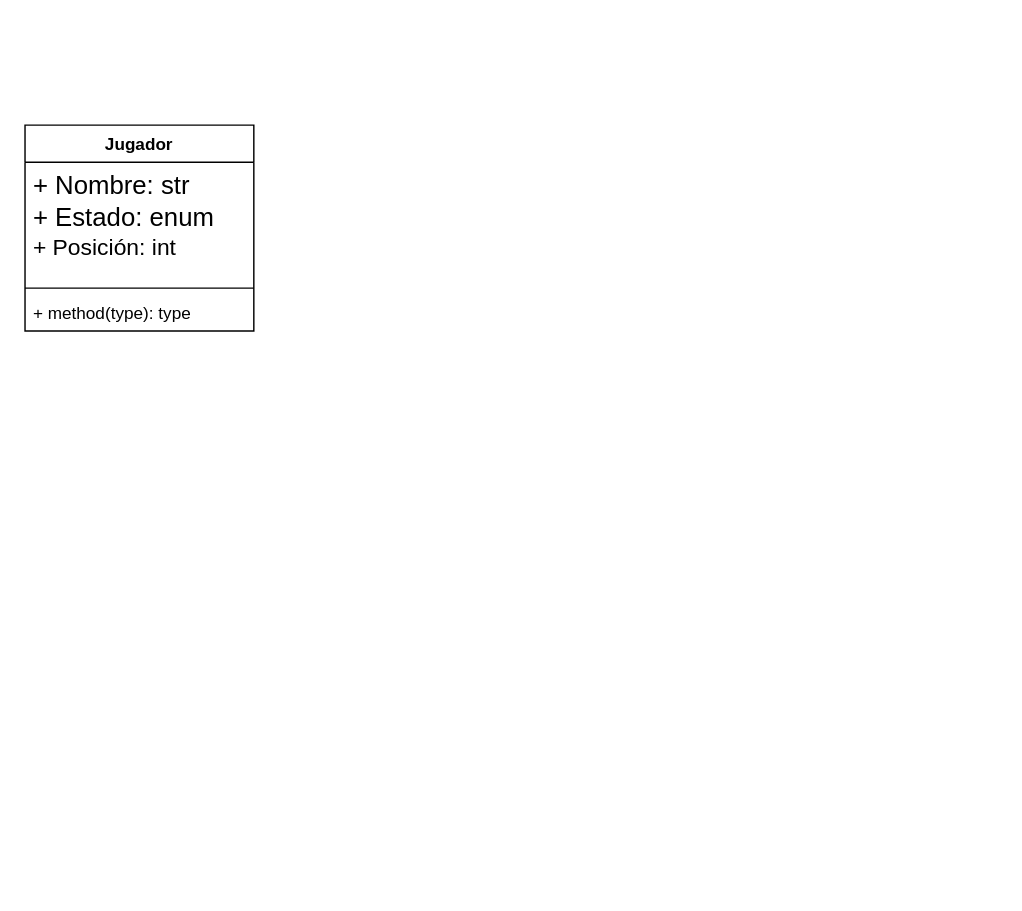
Earlier version of the draw.io diagram take-home/diagrama_clases.drawio (irmrz/ingenieria-software-1). Source tidied: cells renumbered, new cells numbered last; positions are measured from the earlier drawing's top-left corner, leaving out a move shared by most shapes. Both pictures are drawn from the tidied source at 143%, with x=0, y=0 at pixel (24, 124).
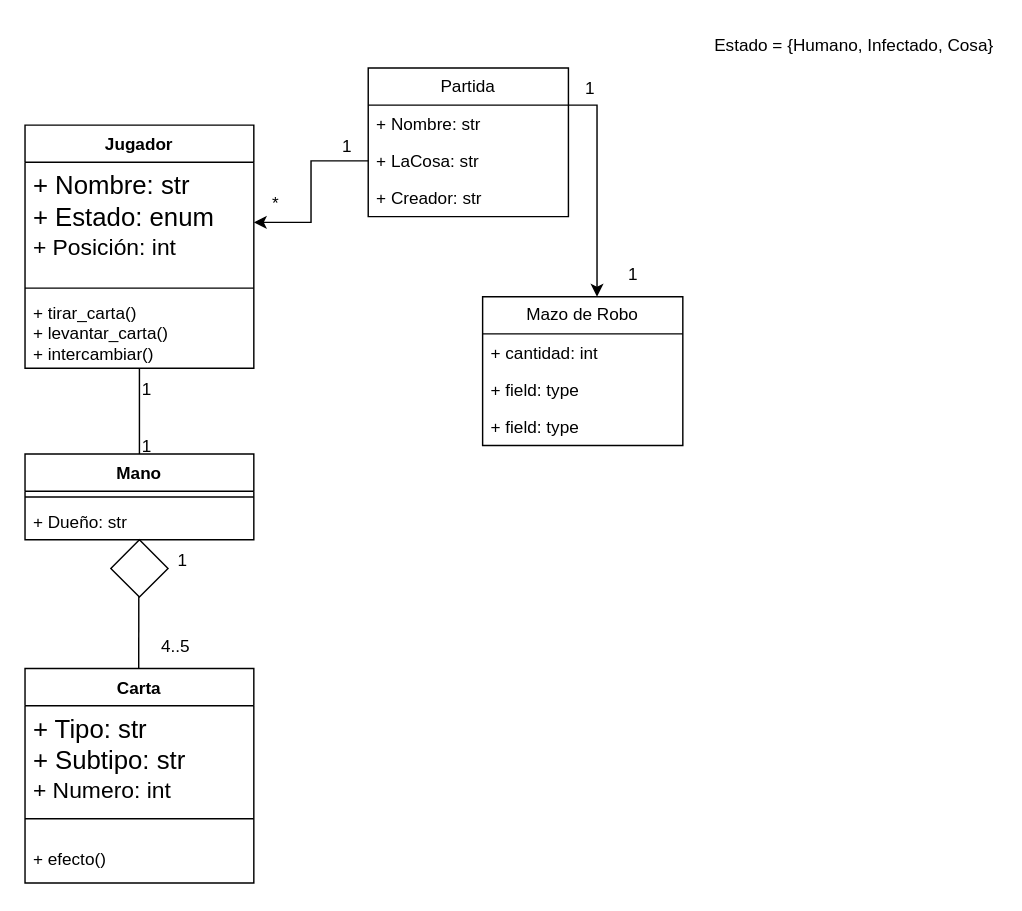
The same diagram, later.

The change refers to these unchanged cells:
```xml
<mxCell id="3" value="&lt;div&gt;&lt;font style=&quot;font-size: 18px;&quot;&gt;+ Nombre: str&lt;br&gt;&lt;/font&gt;&lt;/div&gt;&lt;div&gt;&lt;font style=&quot;font-size: 18px;&quot;&gt;+ Estado: enum&lt;br&gt;&lt;/font&gt;&lt;/div&gt;&lt;div&gt;&lt;font size=&quot;3&quot;&gt;+ Posición: int&lt;br&gt;&lt;/font&gt;&lt;/div&gt;" style="text;strokeColor=none;fillColor=none;align=left;verticalAlign=top;spacingLeft=4;spacingRight=4;overflow=hidden;points=[[0,0.5],[1,0.5]];portConstraint=eastwest;whiteSpace=wrap;html=1;" parent="2" vertex="1">
  <mxGeometry y="26" width="160" height="84" as="geometry" />
</mxCell>
```

Change to the diagram source:
```diff
@@
     <mxCell id="2" value="Jugador" style="swimlane;fontStyle=1;align=center;verticalAlign=top;horizontal=1;startSize=26;whiteSpace=wrap;html=1;" parent="1" vertex="1">
-      <mxGeometry width="160" height="144" as="geometry" />
+      <mxGeometry width="160" height="170" as="geometry" />
     </mxCell>
@@
-    <mxCell id="5" value="+ method(type): type" style="text;strokeColor=none;fillColor=none;align=left;verticalAlign=top;spacingLeft=4;spacingRight=4;overflow=hidden;whiteSpace=wrap;html=1;" parent="2" vertex="1">
-      <mxGeometry y="118" width="160" height="26" as="geometry" />
+    <mxCell id="5" value="&lt;div&gt;+ tirar_carta()&lt;/div&gt;&lt;div&gt;+ levantar_carta()&lt;br&gt;&lt;/div&gt;&lt;div&gt;+ intercambiar()&lt;br&gt;&lt;/div&gt;&lt;div&gt;&lt;br&gt;&lt;/div&gt;" style="text;strokeColor=none;fillColor=none;align=left;verticalAlign=top;spacingLeft=4;spacingRight=4;overflow=hidden;whiteSpace=wrap;html=1;" parent="2" vertex="1">
+      <mxGeometry y="118" width="160" height="52" as="geometry" />
     </mxCell>
+    <mxCell id="6" value="Carta" style="swimlane;fontStyle=1;align=center;verticalAlign=top;horizontal=1;startSize=26;whiteSpace=wrap;html=1;" parent="1" vertex="1">
+      <mxGeometry y="380" width="160" height="150" as="geometry" />
+    </mxCell>
+    <mxCell id="7" value="&lt;div&gt;&lt;font style=&quot;font-size: 18px;&quot;&gt;+ Tipo: str&lt;/font&gt;&lt;/div&gt;&lt;div&gt;&lt;font style=&quot;font-size: 18px;&quot;&gt;+ Subtipo: str&lt;br&gt;&lt;/font&gt;&lt;/div&gt;&lt;div&gt;&lt;font size=&quot;3&quot;&gt;+ Numero: int&lt;br&gt;&lt;/font&gt;&lt;/div&gt;" style="text;strokeColor=none;fillColor=none;align=left;verticalAlign=top;spacingLeft=4;spacingRight=4;overflow=hidden;whiteSpace=wrap;html=1;" parent="6" vertex="1">
+      <mxGeometry y="26" width="160" height="64" as="geometry" />
+    </mxCell>
+    <mxCell id="8" style="line;strokeWidth=1;fillColor=none;align=left;verticalAlign=middle;spacingTop=-1;spacingLeft=3;spacingRight=3;labelPosition=right;strokeColor=inherit;" parent="6" vertex="1">
+      <mxGeometry y="90" width="160" height="30" as="geometry" />
+    </mxCell>
+    <mxCell id="9" value="+ efecto()" style="text;strokeColor=none;fillColor=none;align=left;verticalAlign=top;spacingLeft=4;spacingRight=4;overflow=hidden;whiteSpace=wrap;html=1;" parent="6" vertex="1">
+      <mxGeometry y="120" width="160" height="30" as="geometry" />
+    </mxCell>
+    <mxCell id="10" value="Mano" style="swimlane;fontStyle=1;align=center;verticalAlign=top;horizontal=1;startSize=26;whiteSpace=wrap;html=1;" parent="1" vertex="1">
+      <mxGeometry y="230" width="160" height="60" as="geometry" />
+    </mxCell>
+    <mxCell id="11" style="line;strokeWidth=1;fillColor=none;align=left;verticalAlign=middle;spacingTop=-1;spacingLeft=3;spacingRight=3;labelPosition=right;strokeColor=inherit;" parent="10" vertex="1">
+      <mxGeometry y="26" width="160" height="8" as="geometry" />
+    </mxCell>
+    <mxCell id="12" value="+ Dueño: str" style="text;strokeColor=none;fillColor=none;align=left;verticalAlign=top;spacingLeft=4;spacingRight=4;overflow=hidden;whiteSpace=wrap;html=1;" parent="10" vertex="1">
+      <mxGeometry y="34" width="160" height="26" as="geometry" />
+    </mxCell>
+    <mxCell id="13" style="endArrow=none;html=1;rounded=0;entryX=0.5;entryY=1;entryDx=0;entryDy=0;" parent="1" edge="1" source="10" target="2">
+      <mxGeometry relative="1" as="geometry" />
+    </mxCell>
+    <mxCell id="14" style="endArrow=none;html=1;rounded=0;entryX=0.513;entryY=1.077;entryDx=0;entryDy=0;entryPerimeter=0;" parent="1" edge="1">
+      <mxGeometry relative="1" as="geometry">
+        <mxPoint x="79.5" y="380" as="sourcePoint" />
+        <mxPoint x="79.6" y="312" as="targetPoint" />
+      </mxGeometry>
+    </mxCell>
+    <mxCell id="15" style="rhombus;whiteSpace=wrap;html=1;" parent="1" vertex="1">
+      <mxGeometry x="60" y="290" width="40" height="40" as="geometry" />
+    </mxCell>
+    <mxCell id="16" value="1" style="text;html=1;align=center;verticalAlign=middle;strokeColor=none;fillColor=none;" parent="1" vertex="1">
+      <mxGeometry x="70" y="170" width="30" height="30" as="geometry" />
+    </mxCell>
+    <mxCell id="17" value="1" style="text;html=1;align=center;verticalAlign=middle;strokeColor=none;fillColor=none;" parent="1" vertex="1">
+      <mxGeometry x="70" y="210" width="30" height="30" as="geometry" />
+    </mxCell>
+    <mxCell id="18" value="1" style="text;html=1;align=center;verticalAlign=middle;strokeColor=none;fillColor=none;" parent="1" vertex="1">
+      <mxGeometry x="95" y="290" width="30" height="30" as="geometry" />
+    </mxCell>
+    <mxCell id="19" value="4..5" style="text;html=1;align=center;verticalAlign=middle;strokeColor=none;fillColor=none;" parent="1" vertex="1">
+      <mxGeometry x="85" y="350" width="40" height="30" as="geometry" />
+    </mxCell>
+    <mxCell id="20" style="edgeStyle=orthogonalEdgeStyle;rounded=0;jettySize=auto;html=1;exitX=1;exitY=0.25;exitDx=0;exitDy=0;" parent="1" edge="1" source="21" target="28">
+      <mxGeometry relative="1" as="geometry">
+        <Array as="points">
+          <mxPoint x="400" y="-14" />
+        </Array>
+      </mxGeometry>
+    </mxCell>
+    <mxCell id="21" value="Partida" style="swimlane;fontStyle=0;horizontal=1;startSize=26;fillColor=none;whiteSpace=wrap;html=1;" parent="1" vertex="1">
+      <mxGeometry x="240" y="-40" width="140" height="104" as="geometry" />
+    </mxCell>
+    <mxCell id="22" value="&lt;div&gt;+ Nombre: str&lt;/div&gt;" style="text;strokeColor=none;fillColor=none;align=left;verticalAlign=top;spacingLeft=4;spacingRight=4;overflow=hidden;whiteSpace=wrap;html=1;" parent="21" vertex="1">
+      <mxGeometry y="26" width="140" height="26" as="geometry" />
+    </mxCell>
+    <mxCell id="23" value="&lt;div&gt;+ LaCosa: str&lt;/div&gt;&lt;div&gt;&lt;br&gt;&lt;/div&gt;" style="text;strokeColor=none;fillColor=none;align=left;verticalAlign=top;spacingLeft=4;spacingRight=4;overflow=hidden;points=[[0,0.5],[1,0.5]];portConstraint=eastwest;whiteSpace=wrap;html=1;" parent="21" vertex="1">
+      <mxGeometry y="52" width="140" height="26" as="geometry" />
+    </mxCell>
+    <mxCell id="24" value="+ Creador: str" style="text;strokeColor=none;fillColor=none;align=left;verticalAlign=top;spacingLeft=4;spacingRight=4;overflow=hidden;whiteSpace=wrap;html=1;" parent="21" vertex="1">
+      <mxGeometry y="78" width="140" height="26" as="geometry" />
+    </mxCell>
+    <mxCell id="25" style="edgeStyle=orthogonalEdgeStyle;rounded=0;jettySize=auto;html=1;exitX=0;exitY=0.5;exitDx=0;exitDy=0;entryX=1;entryY=0.5;entryDx=0;entryDy=0;" parent="1" edge="1" source="23" target="3">
+      <mxGeometry relative="1" as="geometry" />
+    </mxCell>
+    <mxCell id="26" value="1" style="text;html=1;align=center;verticalAlign=middle;strokeColor=none;fillColor=none;" parent="1" vertex="1">
+      <mxGeometry x="210" width="30" height="30" as="geometry" />
+    </mxCell>
+    <mxCell id="27" value="*" style="text;html=1;align=center;verticalAlign=middle;strokeColor=none;fillColor=none;" parent="1" vertex="1">
+      <mxGeometry x="160" y="40" width="30" height="30" as="geometry" />
+    </mxCell>
+    <mxCell id="28" value="Mazo de Robo" style="swimlane;fontStyle=0;horizontal=1;startSize=26;fillColor=none;whiteSpace=wrap;html=1;" parent="1" vertex="1">
+      <mxGeometry x="320" y="120" width="140" height="104" as="geometry" />
+    </mxCell>
+    <mxCell id="29" value="+ cantidad: int" style="text;strokeColor=none;fillColor=none;align=left;verticalAlign=top;spacingLeft=4;spacingRight=4;overflow=hidden;whiteSpace=wrap;html=1;" parent="28" vertex="1">
+      <mxGeometry y="26" width="140" height="26" as="geometry" />
+    </mxCell>
+    <mxCell id="30" value="+ field: type" style="text;strokeColor=none;fillColor=none;align=left;verticalAlign=top;spacingLeft=4;spacingRight=4;overflow=hidden;whiteSpace=wrap;html=1;" parent="28" vertex="1">
+      <mxGeometry y="52" width="140" height="26" as="geometry" />
+    </mxCell>
+    <mxCell id="31" value="+ field: type" style="text;strokeColor=none;fillColor=none;align=left;verticalAlign=top;spacingLeft=4;spacingRight=4;overflow=hidden;whiteSpace=wrap;html=1;" parent="28" vertex="1">
+      <mxGeometry y="78" width="140" height="26" as="geometry" />
+    </mxCell>
+    <mxCell id="32" value="Estado = {Humano, Infectado, Cosa}" style="text;html=1;strokeColor=none;fillColor=none;align=center;verticalAlign=middle;whiteSpace=wrap;rounded=0;" parent="1" vertex="1">
+      <mxGeometry x="480" y="-70" width="200" height="30" as="geometry" />
+    </mxCell>
+    <mxCell id="33" value="1" style="text;html=1;align=center;verticalAlign=middle;strokeColor=none;fillColor=none;" parent="1" vertex="1">
+      <mxGeometry x="380" y="-40" width="30" height="30" as="geometry" />
+    </mxCell>
+    <mxCell id="34" value="1" style="text;html=1;align=center;verticalAlign=middle;strokeColor=none;fillColor=none;" parent="1" vertex="1">
+      <mxGeometry x="410" y="90" width="30" height="30" as="geometry" />
+    </mxCell>
```
